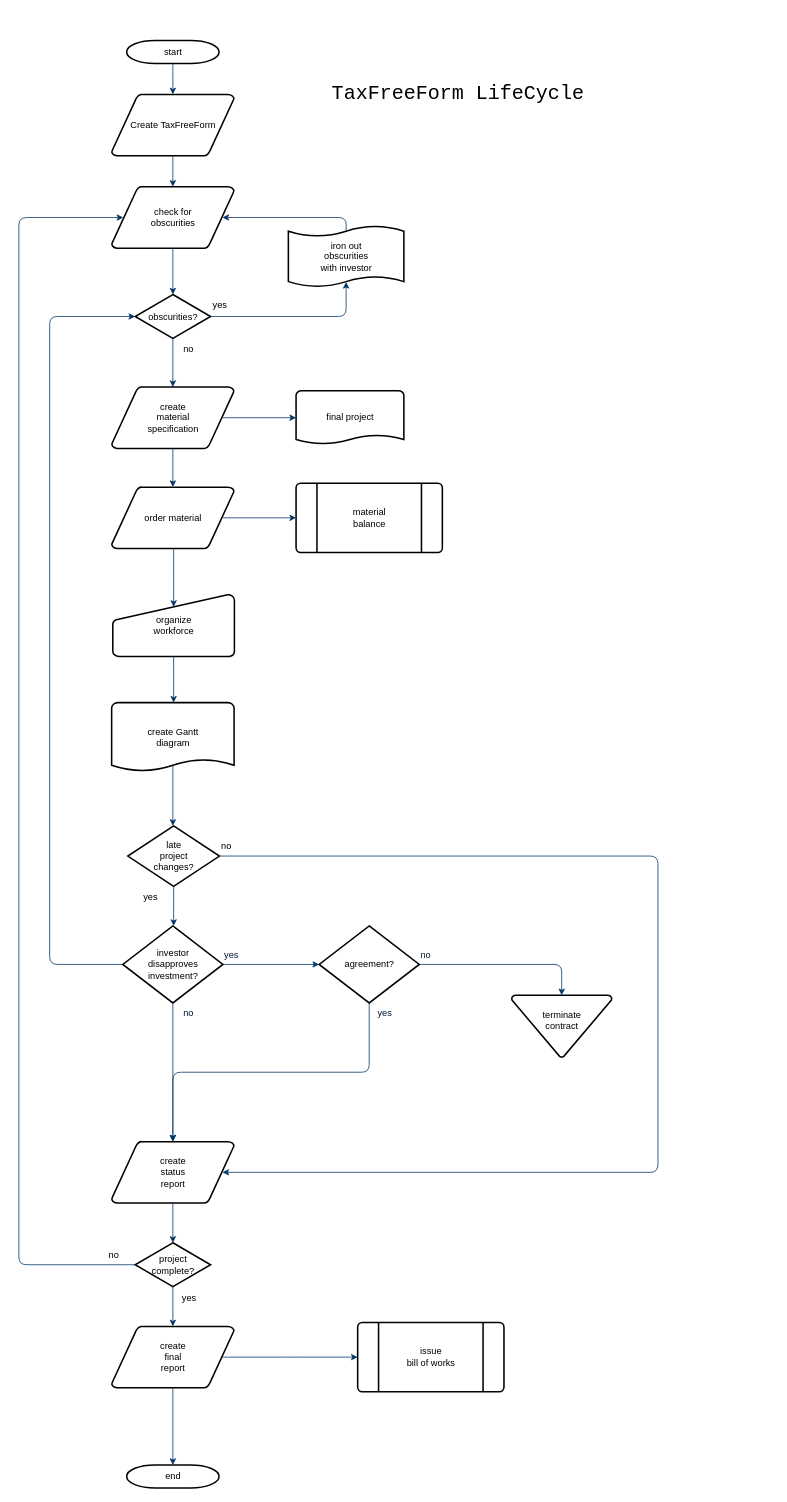
The draw.io diagram form_cash_flow.drawio in shidh/drawio, before the edit. Source tidied: cells renumbered, new cells numbered last; positions are measured from the earlier drawing's top-left corner, leaving out a move shared by most shapes. Both pictures are drawn from the tidied source at 77%, with x=0, y=0 at pixel (18, 40).
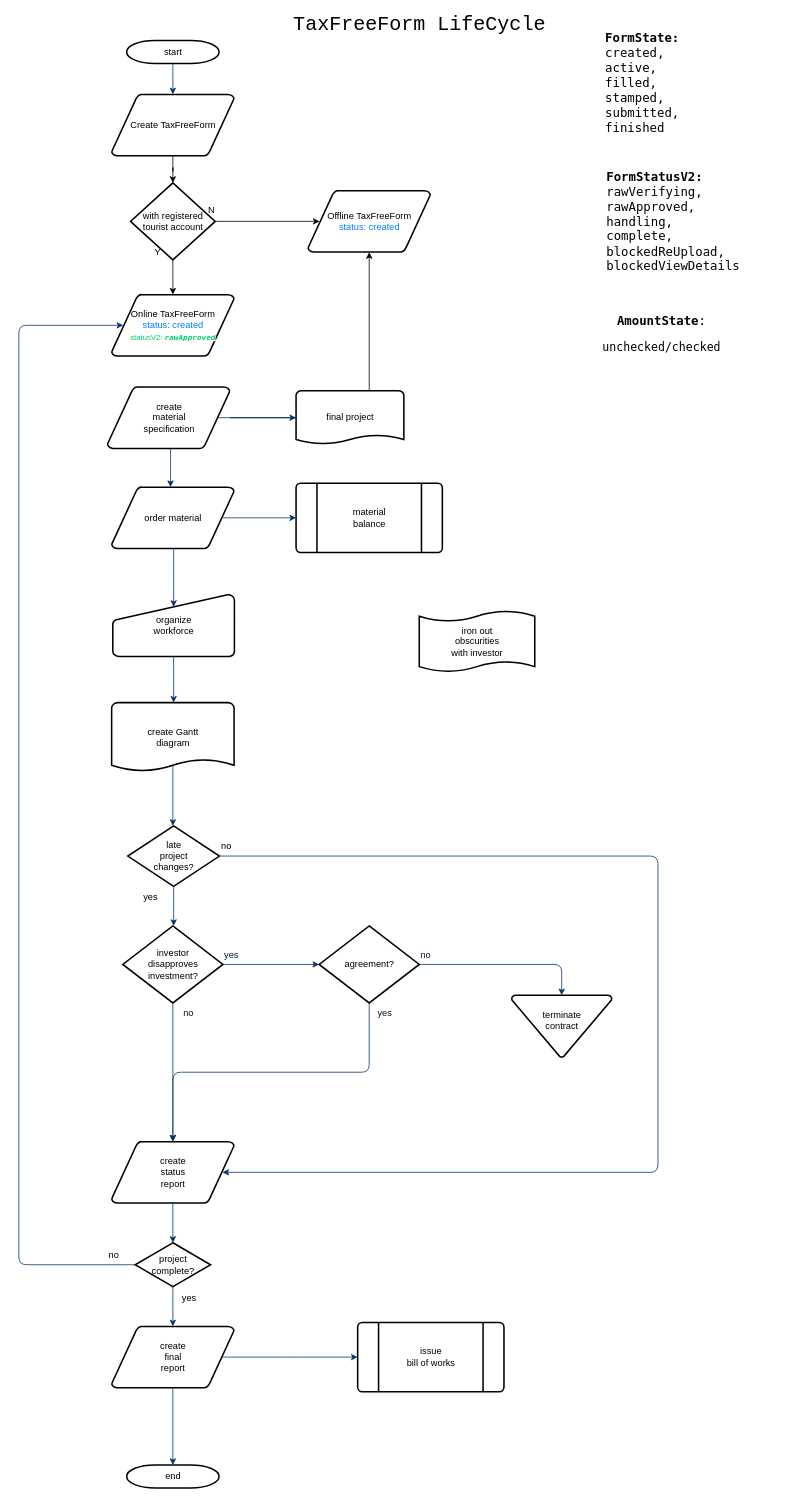
The same page after the edit.

The change refers to these unchanged cells:
```xml
<mxCell id="3" value="Create TaxFreeForm" style="shape=mxgraph.flowchart.data;strokeWidth=2;gradientColor=none;gradientDirection=north;fontStyle=0;html=1;" parent="1" vertex="1">
  <mxGeometry x="120.5" y="70" width="159" height="80" as="geometry" />
</mxCell>
<mxCell id="28" value="investor&#10;disapproves&#10; investment?" style="shape=mxgraph.flowchart.decision;strokeWidth=2;gradientColor=none;gradientDirection=north;fontStyle=0;html=1;" parent="1" vertex="1">
  <mxGeometry x="135" y="1150" width="130" height="100" as="geometry" />
</mxCell>
```

The edit, as a diff of the source:
```diff
@@
+    <mxCell id="57" style="edgeStyle=orthogonalEdgeStyle;rounded=0;jettySize=auto;html=1;entryX=0.5;entryY=0;entryDx=0;entryDy=0;entryPerimeter=0;" parent="1" edge="1" source="3" target="6">
+      <mxGeometry relative="1" as="geometry" />
+    </mxCell>
@@
+    <mxCell id="58" style="edgeStyle=orthogonalEdgeStyle;rounded=0;jettySize=auto;html=1;" parent="1" edge="1" source="4" target="59">
+      <mxGeometry relative="1" as="geometry" />
+    </mxCell>
     <mxCell id="4" value="create&#10;material&#10;specification" style="shape=mxgraph.flowchart.data;strokeWidth=2;gradientColor=none;gradientDirection=north;fontStyle=0;html=1;" parent="1" vertex="1">
-      <mxGeometry x="120.5" y="450" width="159" height="80" as="geometry" />
+      <mxGeometry x="115" y="450" width="159" height="80" as="geometry" />
     </mxCell>
+    <mxCell id="59" value="Offline TaxFreeForm&lt;br&gt;&lt;font color=&quot;#007fff&quot;&gt;status: created&lt;/font&gt;" style="shape=mxgraph.flowchart.data;strokeWidth=2;gradientColor=none;gradientDirection=north;fontStyle=0;html=1;" parent="1" vertex="1">
+      <mxGeometry x="375.5" y="195" width="159" height="80" as="geometry" />
+    </mxCell>
-    <mxCell id="5" value="check for&#10;obscurities" style="shape=mxgraph.flowchart.data;strokeWidth=2;gradientColor=none;gradientDirection=north;fontStyle=0;html=1;" parent="1" vertex="1">
-      <mxGeometry x="120.5" y="190" width="159" height="80" as="geometry" />
+    <mxCell id="5" value="Online TaxFreeForm&lt;br&gt;&lt;span style=&quot;color: rgb(0 , 127 , 255)&quot;&gt;status: created&lt;br&gt;&lt;/span&gt;&lt;font style=&quot;font-size: 10px&quot; color=&quot;#00cc66&quot;&gt;statusV2:&amp;nbsp;&lt;span style=&quot;font-style: italic ; font-weight: bold ; background-color: rgb(255 , 255 , 255) ; font-family: &amp;#34;menlo&amp;#34;&quot;&gt;rawApproved&lt;/span&gt;&lt;/font&gt;" style="shape=mxgraph.flowchart.data;strokeWidth=2;gradientColor=none;gradientDirection=north;fontStyle=0;html=1;" parent="1" vertex="1">
+      <mxGeometry x="120.5" y="330" width="159" height="80" as="geometry" />
     </mxCell>
+    <mxCell id="60" style="edgeStyle=orthogonalEdgeStyle;rounded=0;jettySize=auto;html=1;entryX=0.5;entryY=0;entryDx=0;entryDy=0;entryPerimeter=0;" parent="1" edge="1" source="6" target="5">
+      <mxGeometry relative="1" as="geometry" />
+    </mxCell>
+    <mxCell id="61" style="edgeStyle=orthogonalEdgeStyle;rounded=0;jettySize=auto;html=1;entryX=0.095;entryY=0.5;entryDx=0;entryDy=0;entryPerimeter=0;" parent="1" edge="1" source="6" target="59">
+      <mxGeometry relative="1" as="geometry" />
+    </mxCell>
-    <mxCell id="6" value="obscurities?" style="shape=mxgraph.flowchart.decision;strokeWidth=2;gradientColor=none;gradientDirection=north;fontStyle=0;html=1;" parent="1" vertex="1">
-      <mxGeometry x="151" y="330" width="98" height="57" as="geometry" />
+    <mxCell id="6" value="with registered&lt;br&gt;tourist account" style="shape=mxgraph.flowchart.decision;strokeWidth=2;gradientColor=none;gradientDirection=north;fontStyle=0;html=1;" parent="1" vertex="1">
+      <mxGeometry x="145" y="185" width="110" height="100" as="geometry" />
     </mxCell>
@@
-    <mxCell id="8" style="fontStyle=1;strokeColor=#003366;strokeWidth=1;html=1;" parent="1" edge="1" source="3" target="5">
-      <mxGeometry relative="1" as="geometry" />
-    </mxCell>
-    <mxCell id="9" style="entryX=0.5;entryY=0;entryPerimeter=0;fontStyle=1;strokeColor=#003366;strokeWidth=1;html=1;" parent="1" edge="1" source="5" target="6">
-      <mxGeometry relative="1" as="geometry" />
-    </mxCell>
-    <mxCell id="10" style="edgeStyle=elbowEdgeStyle;elbow=horizontal;entryX=0.5;entryY=0.91;entryPerimeter=0;exitX=1;exitY=0.5;exitPerimeter=0;fontStyle=1;strokeColor=#003366;strokeWidth=1;html=1;" parent="1" edge="1" source="6" target="51">
-      <mxGeometry x="381" y="28.5" as="geometry">
-        <Array as="points">
-          <mxPoint x="425" y="340" />
-        </Array>
-      </mxGeometry>
-    </mxCell>
-    <mxCell id="11" value="yes" style="text;fontStyle=0;html=1;strokeColor=none;gradientColor=none;fillColor=none;strokeWidth=2;" parent="1" vertex="1">
-      <mxGeometry x="250" y="330" width="40" height="26" as="geometry" />
-    </mxCell>
-    <mxCell id="12" style="edgeStyle=elbowEdgeStyle;elbow=horizontal;fontColor=#001933;fontStyle=1;strokeColor=#003366;strokeWidth=1;html=1;" parent="1" edge="1" source="6" target="4">
-      <mxGeometry as="geometry" />
-    </mxCell>
@@
-    <mxCell id="14" value="no" style="text;fontStyle=0;html=1;strokeColor=none;gradientColor=none;fillColor=none;strokeWidth=2;align=center;" parent="1" vertex="1">
-      <mxGeometry x="200" y="387" width="40" height="26" as="geometry" />
-    </mxCell>
@@
-    <mxCell id="26" style="edgeStyle=elbowEdgeStyle;elbow=horizontal;exitX=0;exitY=0.5;exitPerimeter=0;entryX=0;entryY=0.5;entryPerimeter=0;fontStyle=1;strokeColor=#003366;strokeWidth=1;html=1;" parent="1" edge="1" source="28" target="6">
-      <mxGeometry as="geometry">
-        <Array as="points">
-          <mxPoint x="40" y="790" />
-        </Array>
-      </mxGeometry>
-    </mxCell>
@@
     <mxCell id="51" value="iron out&#10;obscurities &#10;with investor" style="shape=mxgraph.flowchart.paper_tape;strokeWidth=2;gradientColor=none;gradientDirection=north;fontStyle=0;html=1;" parent="1" vertex="1">
-      <mxGeometry x="350" y="240" width="150" height="81" as="geometry" />
+      <mxGeometry x="520" y="740" width="150" height="81" as="geometry" />
     </mxCell>
-    <mxCell id="52" style="edgeStyle=elbowEdgeStyle;elbow=horizontal;exitX=0.5;exitY=0.09;exitPerimeter=0;entryX=0.905;entryY=0.5;entryPerimeter=0;fontStyle=1;strokeColor=#003366;strokeWidth=1;html=1;" parent="1" edge="1" source="51" target="5">
-      <mxGeometry as="geometry">
-        <Array as="points">
-          <mxPoint x="425" y="240" />
-        </Array>
-      </mxGeometry>
-    </mxCell>
@@
     <mxCell id="56" value="&lt;font style=&quot;font-size: 26px&quot; face=&quot;Courier New&quot;&gt;TaxFreeForm LifeCycle&lt;/font&gt;" style="text;html=1;align=center;verticalAlign=middle;" parent="1" vertex="1">
-      <mxGeometry x="400" y="60" width="340" height="20" as="geometry" />
+      <mxGeometry x="350" y="-30" width="340" height="20" as="geometry" />
     </mxCell>
+    <mxCell id="62" value="Y" style="text;html=1;align=center;verticalAlign=middle;" parent="1" vertex="1">
+      <mxGeometry x="170" y="265" width="20" height="20" as="geometry" />
+    </mxCell>
+    <mxCell id="63" value="N" style="text;html=1;align=center;verticalAlign=middle;" parent="1" vertex="1">
+      <mxGeometry x="240" y="210" width="20" height="20" as="geometry" />
+    </mxCell>
+    <mxCell id="64" value="&lt;pre style=&quot;background-color: rgb(255 , 255 , 255) ; font-family: &amp;#34;menlo&amp;#34; ; font-size: 12pt&quot;&gt;&lt;b&gt;AmountState&lt;/b&gt;:&lt;/pre&gt;&lt;pre style=&quot;text-align: justify ; background-color: rgb(255 , 255 , 255)&quot;&gt;&lt;font face=&quot;Menlo&quot;&gt;&lt;span style=&quot;font-size: 15px&quot;&gt;unchecked/checked&lt;/span&gt;&lt;/font&gt;&lt;span style=&quot;font-size: 15px&quot;&gt;&lt;br&gt;&lt;/span&gt;&lt;/pre&gt;" style="text;html=1;strokeColor=none;fillColor=none;align=center;verticalAlign=middle;whiteSpace=wrap;rounded=0;" parent="1" vertex="1">
+      <mxGeometry x="720" y="350" width="230" height="60" as="geometry" />
+    </mxCell>
+    <mxCell id="65" value="&lt;pre style=&quot;background-color: rgb(255 , 255 , 255)&quot;&gt;&lt;div style=&quot;text-align: left&quot;&gt;&lt;span style=&quot;font-size: 16px ; font-family: &amp;#34;menlo&amp;#34; ; white-space: normal&quot;&gt;&lt;b&gt;FormStatusV2:&lt;/b&gt;&lt;/span&gt;&lt;/div&gt;&lt;div style=&quot;text-align: left&quot;&gt;&lt;span style=&quot;font-size: 16px ; white-space: normal ; font-family: &amp;#34;menlo&amp;#34;&quot;&gt;rawVerifying,&lt;/span&gt;&lt;/div&gt;&lt;div style=&quot;text-align: left&quot;&gt;&lt;span style=&quot;white-space: normal ; font-size: 16px ; font-family: &amp;#34;menlo&amp;#34;&quot;&gt;rawApproved,&lt;/span&gt;&lt;/div&gt;&lt;font face=&quot;menlo&quot;&gt;&lt;span style=&quot;font-size: 16px&quot;&gt;&lt;div style=&quot;text-align: left&quot;&gt;&lt;span style=&quot;white-space: normal&quot;&gt;handling,&lt;/span&gt;&lt;/div&gt;&lt;div style=&quot;text-align: left&quot;&gt;&lt;span style=&quot;white-space: normal&quot;&gt;complete,&lt;/span&gt;&lt;/div&gt;&lt;div style=&quot;text-align: left&quot;&gt;&lt;span style=&quot;white-space: normal&quot;&gt;blockedReUpload,&lt;/span&gt;&lt;/div&gt;&lt;div style=&quot;text-align: left&quot;&gt;&lt;span style=&quot;white-space: normal&quot;&gt;blockedViewDetails&lt;/span&gt;&lt;/div&gt;&lt;/span&gt;&lt;/font&gt;&lt;/pre&gt;" style="text;html=1;strokeColor=none;fillColor=none;align=center;verticalAlign=middle;whiteSpace=wrap;rounded=0;" parent="1" vertex="1">
+      <mxGeometry x="720" y="140" width="260" height="190" as="geometry" />
+    </mxCell>
+    <mxCell id="66" value="&lt;pre style=&quot;background-color: rgb(255 , 255 , 255)&quot;&gt;&lt;div style=&quot;text-align: left&quot;&gt;&lt;font face=&quot;menlo&quot;&gt;&lt;span style=&quot;font-size: 16px ; white-space: normal&quot;&gt;&lt;b&gt;FormState:&lt;/b&gt;&lt;/span&gt;&lt;/font&gt;&lt;/div&gt;&lt;div style=&quot;text-align: left&quot;&gt;&lt;font face=&quot;menlo&quot;&gt;&lt;span style=&quot;font-size: 16px ; white-space: normal&quot;&gt;created,&lt;/span&gt;&lt;/font&gt;&lt;/div&gt;&lt;div style=&quot;text-align: left&quot;&gt;&lt;font face=&quot;menlo&quot;&gt;&lt;span style=&quot;font-size: 16px ; white-space: normal&quot;&gt;active,&lt;/span&gt;&lt;/font&gt;&lt;/div&gt;&lt;div style=&quot;text-align: left&quot;&gt;&lt;font face=&quot;menlo&quot;&gt;&lt;span style=&quot;font-size: 16px ; white-space: normal&quot;&gt;filled,&lt;/span&gt;&lt;/font&gt;&lt;/div&gt;&lt;div style=&quot;text-align: left&quot;&gt;&lt;font face=&quot;menlo&quot;&gt;&lt;span style=&quot;font-size: 16px ; white-space: normal&quot;&gt;stamped,&lt;/span&gt;&lt;/font&gt;&lt;/div&gt;&lt;div style=&quot;text-align: left&quot;&gt;&lt;font face=&quot;menlo&quot;&gt;&lt;span style=&quot;font-size: 16px ; white-space: normal&quot;&gt;submitted,&lt;/span&gt;&lt;/font&gt;&lt;/div&gt;&lt;div style=&quot;text-align: left&quot;&gt;&lt;font face=&quot;menlo&quot;&gt;&lt;span style=&quot;font-size: 16px ; white-space: normal&quot;&gt;finished&lt;/span&gt;&lt;/font&gt;&lt;br&gt;&lt;/div&gt;&lt;/pre&gt;" style="text;html=1;strokeColor=none;fillColor=none;align=center;verticalAlign=middle;whiteSpace=wrap;rounded=0;" parent="1" vertex="1">
+      <mxGeometry x="720" y="-10" width="180" height="130" as="geometry" />
+    </mxCell>
```
